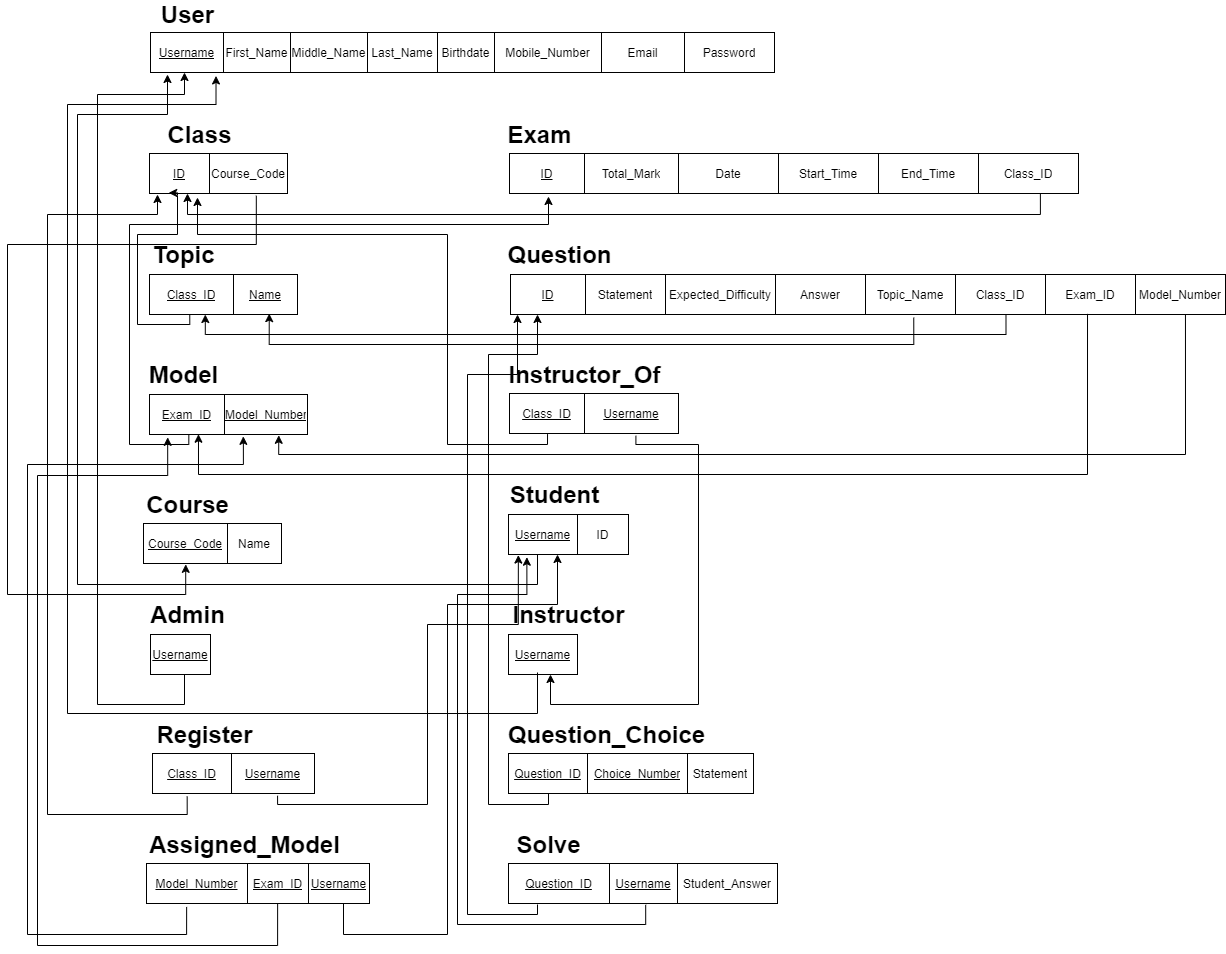
Before: Database Design/schema.png, a diagram exported from draw.io (aymanred121/Examination-Management-System). Source tidied: cells renumbered, new cells last; positions are measured from the earlier drawing's top-left corner, leaving out a move shared by most shapes.
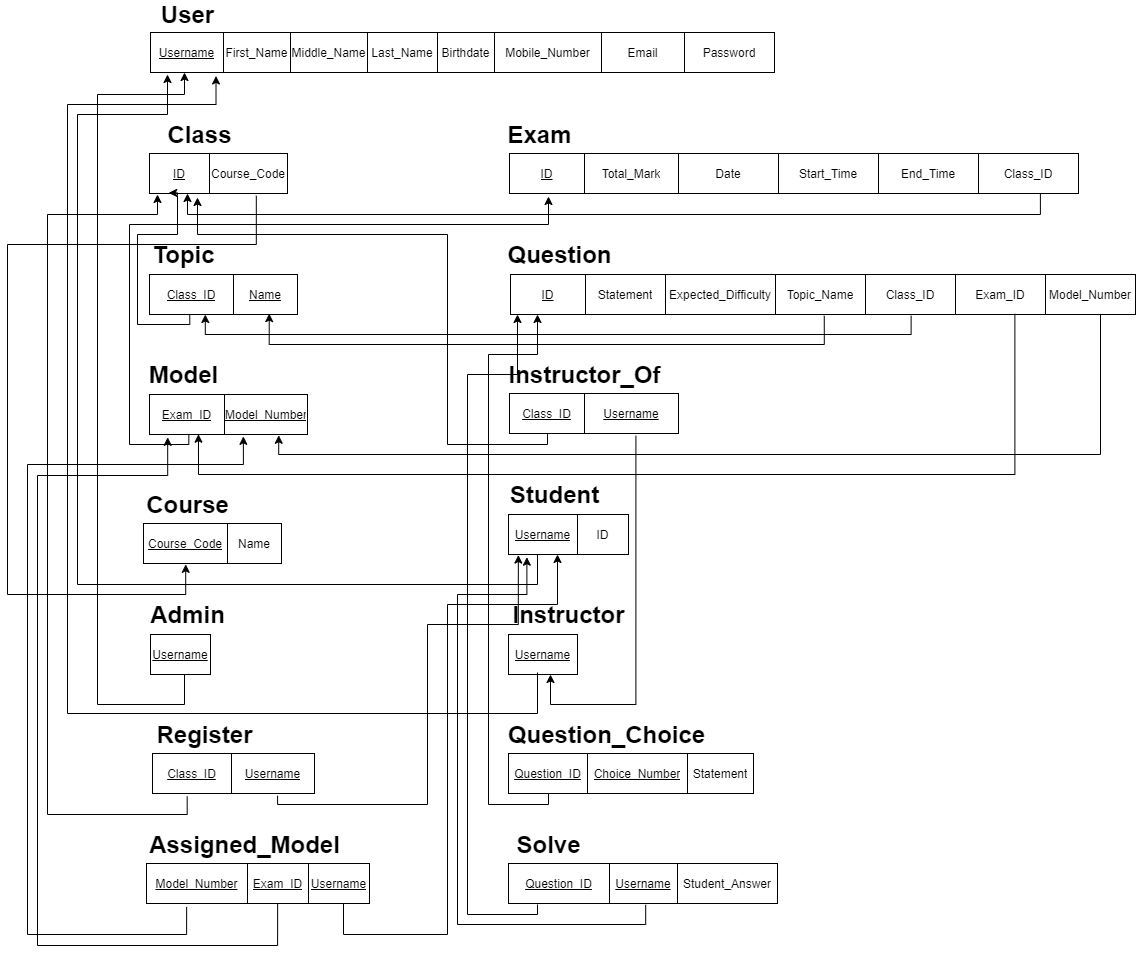
After the change.

Diff of the diagram source:
```diff
@@ -36,10 +36,10 @@
       <mxGeometry x="145" width="70" height="20" as="geometry" />
     </mxCell>
     <mxCell id="13" style="shape=table;html=1;whiteSpace=wrap;startSize=0;" parent="1" vertex="1">
-      <mxGeometry x="503" y="270" width="715" height="40" as="geometry" />
+      <mxGeometry x="503" y="270" width="625" height="40" as="geometry" />
     </mxCell>
     <mxCell id="14" style="shape=partialRectangle;html=1;whiteSpace=wrap;fillColor=none;top=0;left=0;bottom=0;right=0;points=[[0,0.5],[1,0.5]];portConstraint=eastwest;" parent="13" vertex="1">
-      <mxGeometry width="715" height="40" as="geometry" />
+      <mxGeometry width="625" height="40" as="geometry" />
     </mxCell>
     <mxCell id="15" value="&lt;u&gt;ID&lt;/u&gt;" style="shape=partialRectangle;html=1;whiteSpace=wrap;overflow=hidden;fillColor=none;top=0;left=0;bottom=0;right=0;" parent="14" vertex="1">
       <mxGeometry width="75" height="40" as="geometry" />
@@ -50,20 +50,17 @@
     <mxCell id="17" value="Expected_Difficulty" style="shape=partialRectangle;html=1;whiteSpace=wrap;overflow=hidden;fillColor=none;top=0;left=0;bottom=0;right=0;" parent="14" vertex="1">
       <mxGeometry x="155" width="110" height="40" as="geometry" />
     </mxCell>
-    <mxCell id="18" value="Answer" style="shape=partialRectangle;html=1;whiteSpace=wrap;overflow=hidden;fillColor=none;top=0;left=0;bottom=0;right=0;" parent="14" vertex="1">
-      <mxGeometry x="265" width="90" height="40" as="geometry" />
-    </mxCell>
     <mxCell id="19" value="Topic_Name" style="shape=partialRectangle;html=1;whiteSpace=wrap;overflow=hidden;fillColor=none;top=0;left=0;bottom=0;right=0;" parent="14" vertex="1">
-      <mxGeometry x="355" width="90" height="40" as="geometry" />
+      <mxGeometry x="265" width="90" height="40" as="geometry" />
     </mxCell>
     <mxCell id="20" value="Class_ID" style="shape=partialRectangle;html=1;whiteSpace=wrap;overflow=hidden;fillColor=none;top=0;left=0;bottom=0;right=0;" parent="14" vertex="1">
-      <mxGeometry x="445" width="90" height="40" as="geometry" />
+      <mxGeometry x="355" width="90" height="40" as="geometry" />
     </mxCell>
     <mxCell id="21" value="Exam_ID" style="shape=partialRectangle;html=1;whiteSpace=wrap;overflow=hidden;fillColor=none;top=0;left=0;bottom=0;right=0;" parent="14" vertex="1">
-      <mxGeometry x="535" width="90" height="40" as="geometry" />
+      <mxGeometry x="445" width="90" height="40" as="geometry" />
     </mxCell>
     <mxCell id="22" value="Model_Number" style="shape=partialRectangle;html=1;whiteSpace=wrap;overflow=hidden;fillColor=none;top=0;left=0;bottom=0;right=0;" parent="14" vertex="1">
-      <mxGeometry x="625" width="90" height="40" as="geometry" />
+      <mxGeometry x="535" width="90" height="40" as="geometry" />
     </mxCell>
     <mxCell id="23" value="&lt;font size=&quot;1&quot;&gt;&lt;b style=&quot;font-size: 24px&quot;&gt;Question&lt;/b&gt;&lt;/font&gt;" style="text;html=1;align=center;verticalAlign=middle;" parent="1" vertex="1">
       <mxGeometry x="492" y="240" width="120" height="20" as="geometry" />
@@ -244,18 +241,18 @@
         </Array>
       </mxGeometry>
     </mxCell>
-    <mxCell id="75" style="edgeStyle=orthogonalEdgeStyle;rounded=0;jettySize=auto;html=1;entryX=0.377;entryY=1;entryDx=0;entryDy=0;entryPerimeter=0;exitX=0.693;exitY=1.008;exitDx=0;exitDy=0;exitPerimeter=0;" parent="1" edge="1" source="14" target="55">
+    <mxCell id="75" style="edgeStyle=orthogonalEdgeStyle;rounded=0;jettySize=auto;html=1;entryX=0.377;entryY=1;entryDx=0;entryDy=0;entryPerimeter=0;exitX=0.641;exitY=1.032;exitDx=0;exitDy=0;exitPerimeter=0;" parent="1" edge="1" source="14" target="55">
       <mxGeometry relative="1" as="geometry">
         <Array as="points">
-          <mxPoint x="998" y="330" />
+          <mxPoint x="904" y="330" />
           <mxPoint x="198" y="330" />
         </Array>
       </mxGeometry>
     </mxCell>
-    <mxCell id="76" style="edgeStyle=orthogonalEdgeStyle;rounded=0;jettySize=auto;html=1;entryX=0.809;entryY=0.978;entryDx=0;entryDy=0;entryPerimeter=0;exitX=0.564;exitY=1.078;exitDx=0;exitDy=0;exitPerimeter=0;" parent="1" edge="1" source="14" target="55">
+    <mxCell id="76" style="edgeStyle=orthogonalEdgeStyle;rounded=0;jettySize=auto;html=1;entryX=0.809;entryY=0.978;entryDx=0;entryDy=0;entryPerimeter=0;exitX=0.502;exitY=1.032;exitDx=0;exitDy=0;exitPerimeter=0;" parent="1" edge="1" source="14" target="55">
       <mxGeometry relative="1" as="geometry">
         <Array as="points">
-          <mxPoint x="906" y="340" />
+          <mxPoint x="817" y="340" />
           <mxPoint x="262" y="340" />
         </Array>
       </mxGeometry>
@@ -284,9 +281,7 @@
     <mxCell id="79" style="edgeStyle=orthogonalEdgeStyle;rounded=0;jettySize=auto;html=1;exitX=0.748;exitY=1.057;exitDx=0;exitDy=0;exitPerimeter=0;" parent="1" edge="1" source="39" target="59">
       <mxGeometry relative="1" as="geometry">
         <Array as="points">
-          <mxPoint x="628" y="440" />
-          <mxPoint x="691" y="440" />
-          <mxPoint x="691" y="700" />
+          <mxPoint x="628" y="700" />
           <mxPoint x="543" y="700" />
         </Array>
       </mxGeometry>
@@ -478,7 +473,7 @@
     <mxCell id="113" style="edgeStyle=orthogonalEdgeStyle;rounded=0;jettySize=auto;html=1;entryX=0.818;entryY=1.02;entryDx=0;entryDy=0;entryPerimeter=0;exitX=0.944;exitY=1.009;exitDx=0;exitDy=0;exitPerimeter=0;" parent="1" edge="1" source="14" target="30">
       <mxGeometry relative="1" as="geometry">
         <Array as="points">
-          <mxPoint x="1178" y="450" />
+          <mxPoint x="1093" y="450" />
           <mxPoint x="271" y="450" />
         </Array>
       </mxGeometry>
@@ -486,7 +481,7 @@
     <mxCell id="114" style="edgeStyle=orthogonalEdgeStyle;rounded=0;jettySize=auto;html=1;entryX=0.31;entryY=0.993;entryDx=0;entryDy=0;entryPerimeter=0;exitX=0.807;exitY=0.984;exitDx=0;exitDy=0;exitPerimeter=0;" parent="1" edge="1" source="14" target="30">
       <mxGeometry relative="1" as="geometry">
         <Array as="points">
-          <mxPoint x="1080" y="470" />
+          <mxPoint x="1007" y="470" />
           <mxPoint x="191" y="470" />
         </Array>
       </mxGeometry>
```
